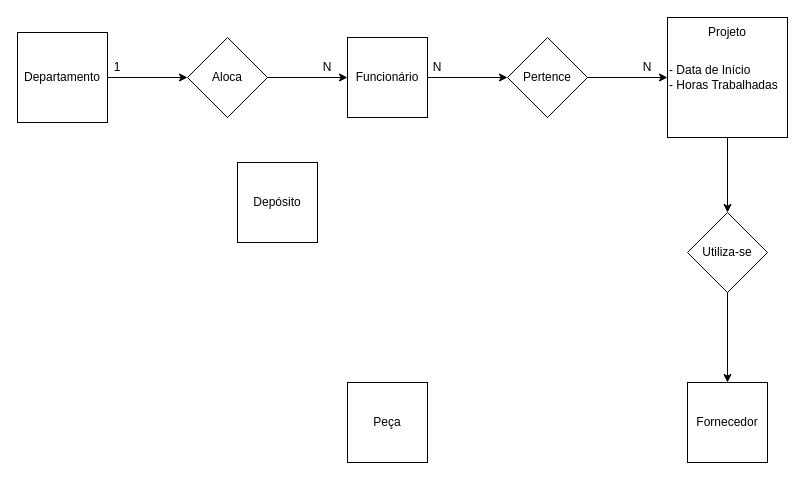
Earlier version of the draw.io diagram Departamento.drawio (Dandiels/Diagramas-de-Banco-de-Dados). Source tidied: cells renumbered, new cells numbered last; positions are measured from the earlier drawing's top-left corner, leaving out a move shared by most shapes. Both pictures are drawn from the tidied source at 100%, with x=0, y=0 at pixel (17, 17).
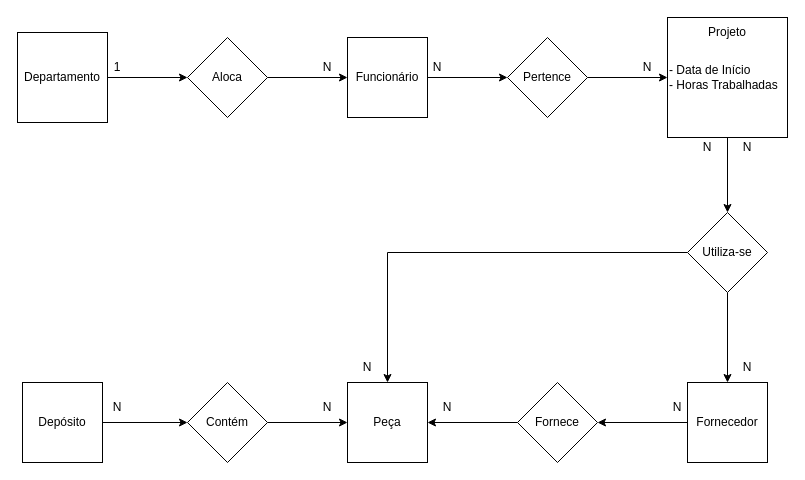
The same page after the edit.

The change refers to these unchanged cells:
```xml
<mxCell id="17" value="Peça" style="whiteSpace=wrap;html=1;" parent="1" vertex="1">
  <mxGeometry x="330" y="365" width="80" height="80" as="geometry" />
</mxCell>
<mxCell id="18" value="Fornecedor" style="whiteSpace=wrap;html=1;" parent="1" vertex="1">
  <mxGeometry x="670" y="365" width="80" height="80" as="geometry" />
</mxCell>
<mxCell id="21" value="Utiliza-se" style="rhombus;whiteSpace=wrap;html=1;" parent="1" vertex="1">
  <mxGeometry x="670" y="195" width="80" height="80" as="geometry" />
</mxCell>
```

The edit, as a diff of the source:
```diff
@@
+    <mxCell id="22" style="edgeStyle=orthogonalEdgeStyle;rounded=0;jettySize=auto;html=1;entryX=1;entryY=0.5;entryDx=0;entryDy=0;" parent="1" edge="1" source="18" target="26">
+      <mxGeometry relative="1" as="geometry" />
+    </mxCell>
@@
+    <mxCell id="23" style="edgeStyle=orthogonalEdgeStyle;rounded=0;jettySize=auto;html=1;entryX=0;entryY=0.5;entryDx=0;entryDy=0;" parent="1" edge="1" source="19" target="28">
+      <mxGeometry relative="1" as="geometry" />
+    </mxCell>
     <mxCell id="19" value="Depósito" style="whiteSpace=wrap;html=1;" parent="1" vertex="1">
-      <mxGeometry x="220" y="145" width="80" height="80" as="geometry" />
+      <mxGeometry x="5" y="365" width="80" height="80" as="geometry" />
     </mxCell>
@@
+    <mxCell id="24" style="edgeStyle=orthogonalEdgeStyle;rounded=0;jettySize=auto;html=1;entryX=0.5;entryY=0;entryDx=0;entryDy=0;" parent="1" edge="1" source="21" target="17">
+      <mxGeometry relative="1" as="geometry" />
+    </mxCell>
@@
+    <mxCell id="25" style="edgeStyle=orthogonalEdgeStyle;rounded=0;jettySize=auto;html=1;entryX=1;entryY=0.5;entryDx=0;entryDy=0;" parent="1" edge="1" source="26" target="17">
+      <mxGeometry relative="1" as="geometry" />
+    </mxCell>
+    <mxCell id="26" value="Fornece" style="rhombus;whiteSpace=wrap;html=1;" parent="1" vertex="1">
+      <mxGeometry x="500" y="365" width="80" height="80" as="geometry" />
+    </mxCell>
+    <mxCell id="27" style="edgeStyle=orthogonalEdgeStyle;rounded=0;jettySize=auto;html=1;entryX=0;entryY=0.5;entryDx=0;entryDy=0;" parent="1" edge="1" source="28" target="17">
+      <mxGeometry relative="1" as="geometry" />
+    </mxCell>
+    <mxCell id="28" value="Contém" style="rhombus;whiteSpace=wrap;html=1;" parent="1" vertex="1">
+      <mxGeometry x="170" y="365" width="80" height="80" as="geometry" />
+    </mxCell>
+    <mxCell id="29" value="N" style="text;html=1;strokeColor=none;fillColor=none;align=center;verticalAlign=middle;whiteSpace=wrap;rounded=0;" parent="1" vertex="1">
+      <mxGeometry x="700" y="115" width="60" height="30" as="geometry" />
+    </mxCell>
+    <mxCell id="30" value="N" style="text;html=1;strokeColor=none;fillColor=none;align=center;verticalAlign=middle;whiteSpace=wrap;rounded=0;" parent="1" vertex="1">
+      <mxGeometry x="700" y="335" width="60" height="30" as="geometry" />
+    </mxCell>
+    <mxCell id="31" value="N" style="text;html=1;strokeColor=none;fillColor=none;align=center;verticalAlign=middle;whiteSpace=wrap;rounded=0;" parent="1" vertex="1">
+      <mxGeometry x="660" y="115" width="60" height="30" as="geometry" />
+    </mxCell>
+    <mxCell id="32" value="N" style="text;html=1;strokeColor=none;fillColor=none;align=center;verticalAlign=middle;whiteSpace=wrap;rounded=0;" parent="1" vertex="1">
+      <mxGeometry x="320" y="335" width="60" height="30" as="geometry" />
+    </mxCell>
+    <mxCell id="33" value="N" style="text;html=1;strokeColor=none;fillColor=none;align=center;verticalAlign=middle;whiteSpace=wrap;rounded=0;" parent="1" vertex="1">
+      <mxGeometry x="630" y="375" width="60" height="30" as="geometry" />
+    </mxCell>
+    <mxCell id="34" value="N" style="text;html=1;strokeColor=none;fillColor=none;align=center;verticalAlign=middle;whiteSpace=wrap;rounded=0;" parent="1" vertex="1">
+      <mxGeometry x="400" y="375" width="60" height="30" as="geometry" />
+    </mxCell>
+    <mxCell id="35" value="N" style="text;html=1;strokeColor=none;fillColor=none;align=center;verticalAlign=middle;whiteSpace=wrap;rounded=0;" parent="1" vertex="1">
+      <mxGeometry x="70" y="375" width="60" height="30" as="geometry" />
+    </mxCell>
+    <mxCell id="36" value="N" style="text;html=1;strokeColor=none;fillColor=none;align=center;verticalAlign=middle;whiteSpace=wrap;rounded=0;" parent="1" vertex="1">
+      <mxGeometry x="280" y="375" width="60" height="30" as="geometry" />
+    </mxCell>
```
